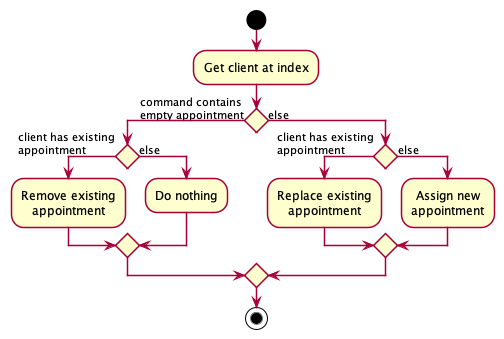
nus-cs2103-AY2122S1/tp keeps this PlantUML diagram as docs/images/ScheduleCommandExecuteActivityDiagram.png. Above is the earlier version.
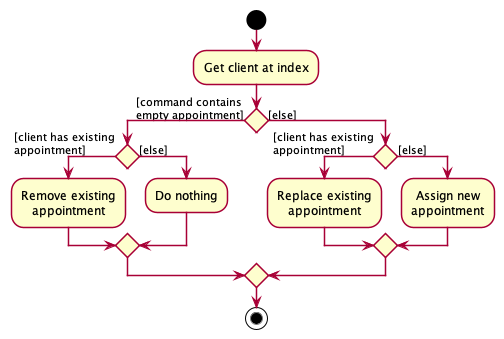
The same diagram one commit later.

Commit message:
Add square brackets to DG schedule feature activity diagrams

The edit, as a diff of the source:
```diff
@@ -3,16 +3,16 @@
 
 start
 :Get client at index;
-if () then (command contains\nempty appointment)
-    if () then (client has existing\nappointment)
+if () then ([command contains\nempty appointment])
+    if () then ([client has existing\nappointment])
         :Remove existing\nappointment;
-    else (else)
+    else ([else])
         :Do nothing;
     endif
-else (else)
-    if () then (client has existing\nappointment)
+else ([else])
+    if () then ([client has existing\nappointment])
         :Replace existing\nappointment;
-    else (else)
+    else ([else])
         :Assign new\nappointment;
     endif
 endif
```
